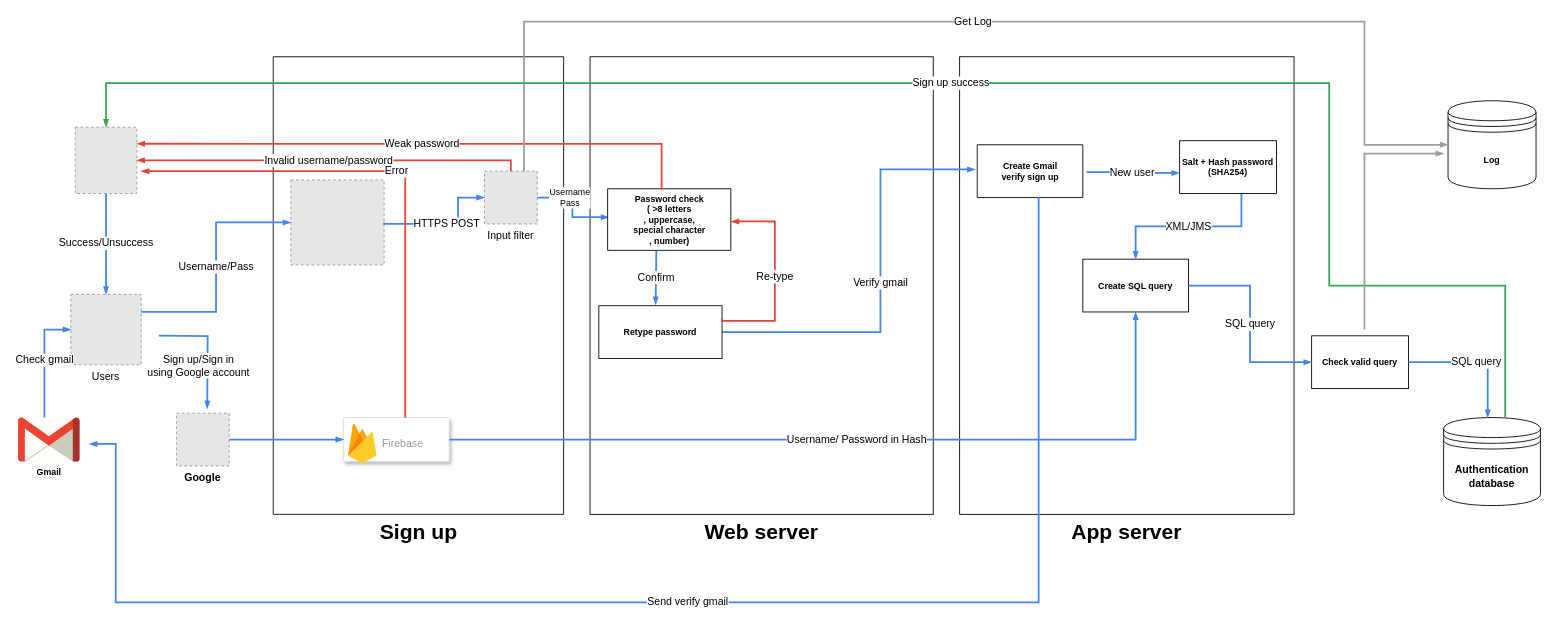
Earlier version of the draw.io diagram Untitled Diagram.drawio (ManhKhoa1507/SecureWeb). Source tidied: cells renumbered, new cells numbered last; positions are measured from the earlier drawing's top-left corner, leaving out a move shared by most shapes. Both pictures are drawn from the tidied source at 88%, with x=0, y=0 at pixel (18, 21). Pictures stored in the file or linked from it are replaced by grey dashed boxes.
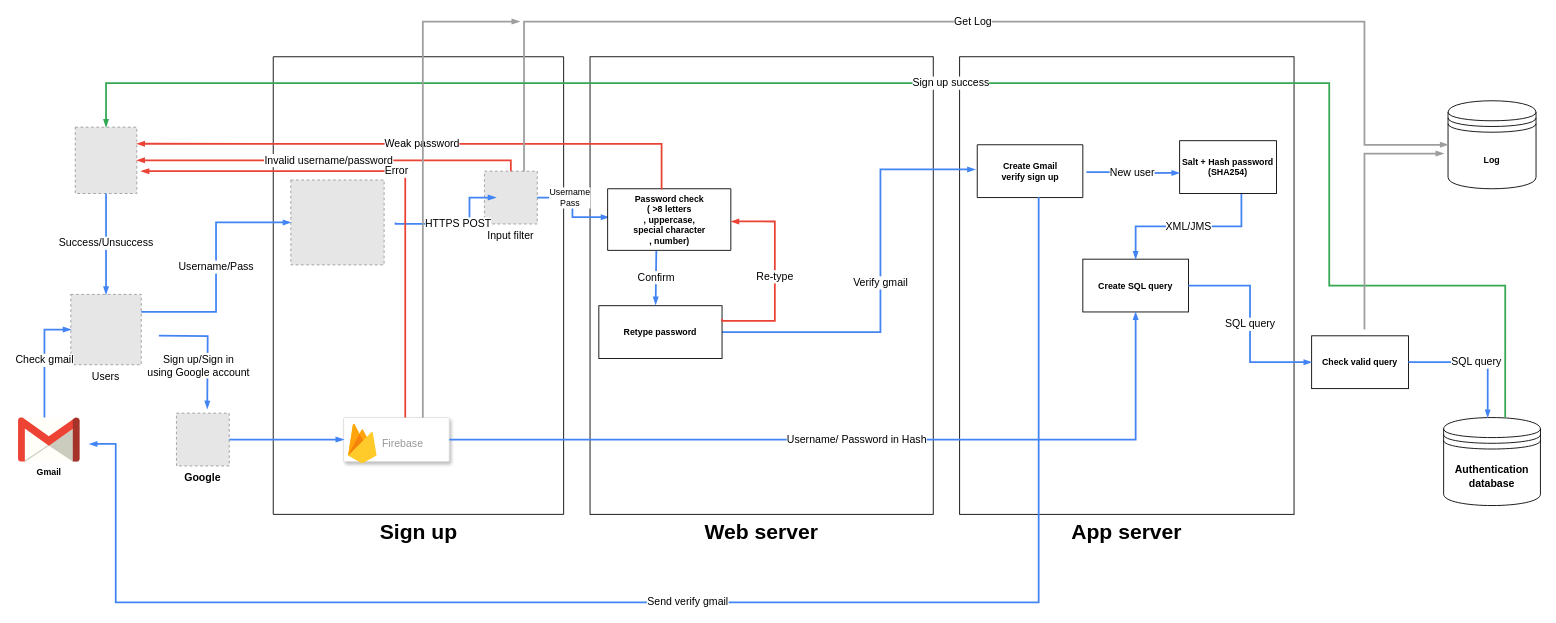
After the change.

The change refers to these unchanged cells:
```xml
<mxCell id="7" value="Input filter" style="fillColor=#E6E6E6;strokeColor=#999999;dashed=1;verticalLabelPosition=bottom;labelBackgroundColor=default;verticalAlign=top;" parent="1" vertex="1">
  <mxGeometry x="530" y="170" width="60" height="60" as="geometry" />
</mxCell>
<mxCell id="8" style="fillColor=#E6E6E6;strokeColor=#999999;dashed=1;verticalLabelPosition=bottom;labelBackgroundColor=default;verticalAlign=top;" parent="1" vertex="1">
  <mxGeometry x="310" y="180" width="106" height="96.5" as="geometry" />
</mxCell>
<mxCell id="39" style="strokeColor=#dddddd;shadow=1;strokeWidth=1;rounded=1;absoluteArcSize=1;arcSize=2;fontSize=10;" parent="1" vertex="1">
  <mxGeometry x="370" y="450" width="120" height="50" as="geometry" />
</mxCell>
```

Change to the diagram source:
```diff
@@
-    <mxCell id="35" value="HTTPS POST" style="edgeStyle=orthogonalEdgeStyle;fontSize=12;html=1;endArrow=blockThin;endFill=1;rounded=0;strokeWidth=2;endSize=4;startSize=4;dashed=0;strokeColor=#4284F3;exitX=1;exitY=0.5;exitDx=0;exitDy=0;" parent="1" edge="1" source="8" target="7">
+    <mxCell id="35" value="HTTPS POST" style="edgeStyle=orthogonalEdgeStyle;fontSize=12;html=1;endArrow=blockThin;endFill=1;rounded=0;strokeWidth=2;endSize=4;startSize=4;dashed=0;strokeColor=#4284F3;exitX=1;exitY=0.5;exitDx=0;exitDy=0;" parent="1" edge="1">
       <mxGeometry relative="1" as="geometry">
+        <mxPoint x="429" y="228.3" as="sourcePoint" />
+        <mxPoint x="543" y="200" as="targetPoint" />
         <Array as="points">
-          <mxPoint x="416" y="230" />
-          <mxPoint x="500" y="230" />
-          <mxPoint x="500" y="200" />
+          <mxPoint x="429" y="230" />
+          <mxPoint x="513" y="230" />
+          <mxPoint x="513" y="200" />
         </Array>
       </mxGeometry>
     </mxCell>
@@
+    <mxCell id="44" style="edgeStyle=orthogonalEdgeStyle;fontSize=12;html=1;endArrow=blockThin;endFill=1;rounded=0;strokeWidth=2;endSize=4;startSize=4;dashed=0;strokeColor=#9E9E9E;exitX=0.75;exitY=0;exitDx=0;exitDy=0;" parent="1" edge="1" source="39">
+      <mxGeometry relative="1" as="geometry">
+        <mxPoint x="570" as="targetPoint" />
+        <Array as="points">
+          <mxPoint x="460" />
+        </Array>
+      </mxGeometry>
+    </mxCell>
```
